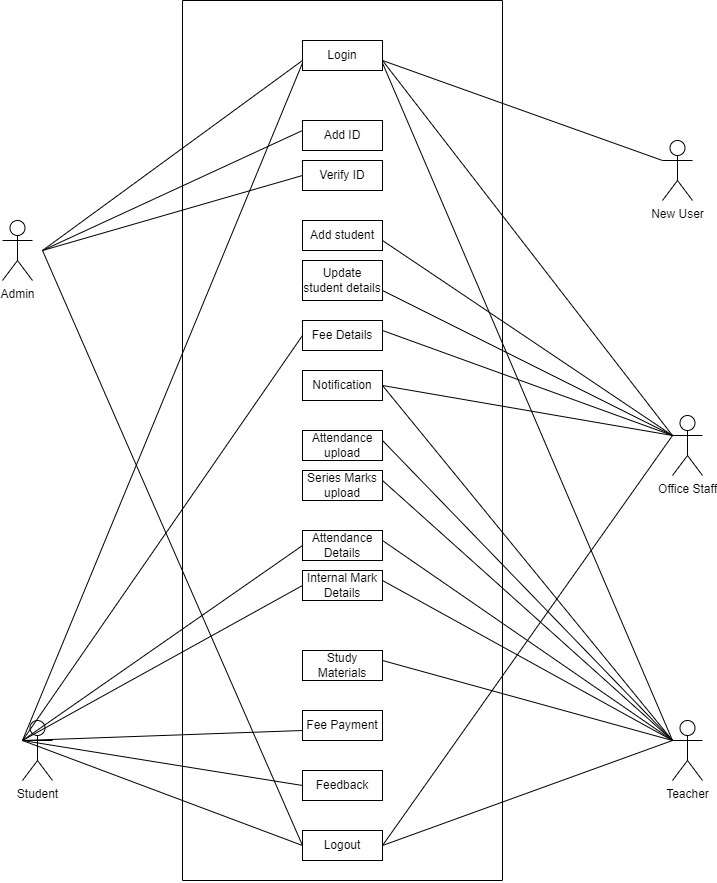
Above: UML/usecase.png in Vrishab11/MiniProject (draw.io), before the change. Source tidied: cells renumbered, new cells last; positions are measured from the earlier drawing's top-left corner, leaving out a move shared by most shapes.
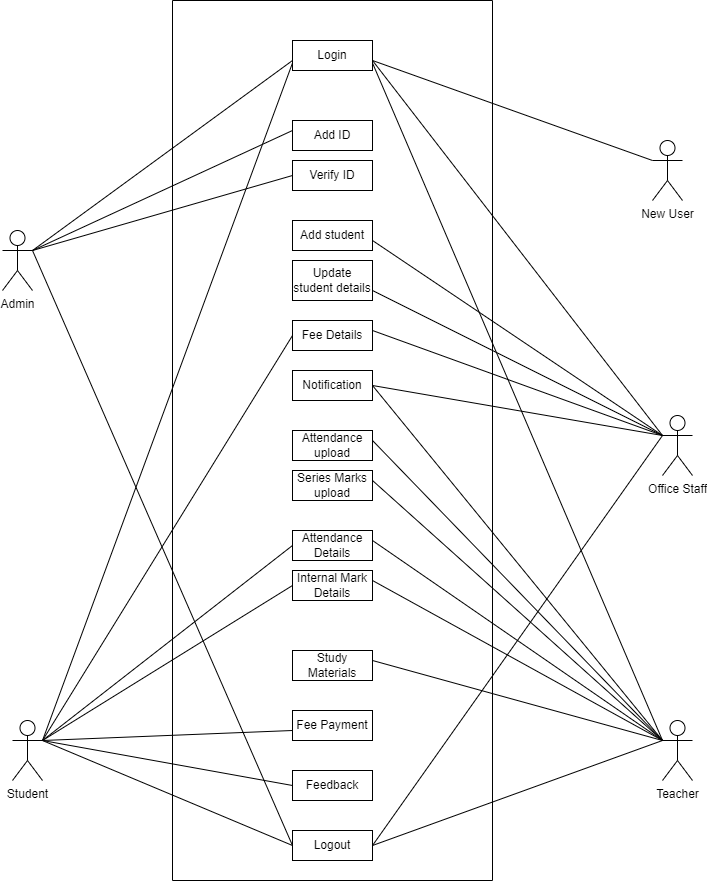
The same diagram one commit later.

Diff of the diagram source:
```diff
@@ -3,7 +3,7 @@
     <mxCell id="0" />
     <mxCell id="1" parent="0" />
     <mxCell id="2" value="Admin" style="shape=umlActor;verticalLabelPosition=bottom;verticalAlign=top;html=1;" parent="1" vertex="1">
-      <mxGeometry y="220" width="30" height="60" as="geometry" />
+      <mxGeometry x="10" y="230" width="30" height="60" as="geometry" />
     </mxCell>
     <mxCell id="3" value="Office Staff" style="shape=umlActor;verticalLabelPosition=bottom;verticalAlign=top;html=1;outlineConnect=0;" parent="1" vertex="1">
       <mxGeometry x="670" y="415" width="30" height="60" as="geometry" />
@@ -149,19 +149,19 @@
         <mxPoint x="380" y="540" as="sourcePoint" />
       </mxGeometry>
     </mxCell>
-    <mxCell id="38" style="endArrow=none;html=1;rounded=0;entryX=0;entryY=0.75;entryDx=0;entryDy=0;exitX=0;exitY=0.3333333333333333;exitDx=0;exitDy=0;exitPerimeter=0;" parent="1" edge="1" source="5" target="6">
+    <mxCell id="38" style="endArrow=none;html=1;rounded=0;entryX=0;entryY=0.75;entryDx=0;entryDy=0;exitX=1;exitY=0.3333333333333333;exitDx=0;exitDy=0;exitPerimeter=0;" parent="1" edge="1" source="5" target="6">
       <mxGeometry relative="1" as="geometry" />
     </mxCell>
-    <mxCell id="39" style="endArrow=none;html=1;rounded=0;entryX=0;entryY=0.5;entryDx=0;entryDy=0;exitX=0;exitY=0.3333333333333333;exitDx=0;exitDy=0;exitPerimeter=0;" parent="1" edge="1" source="5" target="15">
+    <mxCell id="39" style="endArrow=none;html=1;rounded=0;entryX=0;entryY=0.5;entryDx=0;entryDy=0;exitX=1;exitY=0.3333333333333333;exitDx=0;exitDy=0;exitPerimeter=0;" parent="1" edge="1" source="5" target="15">
       <mxGeometry relative="1" as="geometry" />
     </mxCell>
     <mxCell id="40" style="endArrow=none;html=1;rounded=0;entryX=1;entryY=0.5;entryDx=0;entryDy=0;exitX=0;exitY=0.3333333333333333;exitDx=0;exitDy=0;exitPerimeter=0;" parent="1" edge="1" source="4" target="15">
       <mxGeometry relative="1" as="geometry" />
     </mxCell>
-    <mxCell id="41" style="endArrow=none;html=1;rounded=0;entryX=0;entryY=0.3333333333333333;entryDx=0;entryDy=0;entryPerimeter=0;exitX=0;exitY=0.5;exitDx=0;exitDy=0;" parent="1" edge="1" source="11" target="5">
+    <mxCell id="41" style="endArrow=none;html=1;rounded=0;entryX=1;entryY=0.3333333333333333;entryDx=0;entryDy=0;entryPerimeter=0;exitX=0;exitY=0.5;exitDx=0;exitDy=0;" parent="1" edge="1" source="11" target="5">
       <mxGeometry relative="1" as="geometry" />
     </mxCell>
-    <mxCell id="42" style="endArrow=none;html=1;rounded=0;entryX=0;entryY=0.3333333333333333;entryDx=0;entryDy=0;entryPerimeter=0;exitX=0;exitY=0.5;exitDx=0;exitDy=0;" parent="1" edge="1" source="12" target="5">
+    <mxCell id="42" style="endArrow=none;html=1;rounded=0;entryX=1;entryY=0.3333333333333333;entryDx=0;entryDy=0;entryPerimeter=0;exitX=0;exitY=0.5;exitDx=0;exitDy=0;" parent="1" edge="1" source="12" target="5">
       <mxGeometry relative="1" as="geometry" />
     </mxCell>
     <mxCell id="43" style="endArrow=none;html=1;rounded=0;entryX=1;entryY=0.5;entryDx=0;entryDy=0;exitX=0;exitY=0.3333333333333333;exitDx=0;exitDy=0;exitPerimeter=0;" parent="1" edge="1" source="4" target="8">
@@ -175,16 +175,21 @@
         <mxPoint x="380" y="60" as="sourcePoint" />
       </mxGeometry>
     </mxCell>
-    <mxCell id="46" style="endArrow=none;html=1;rounded=0;entryX=0;entryY=0.3333333333333333;entryDx=0;entryDy=0;entryPerimeter=0;" parent="1" edge="1" target="5">
+    <mxCell id="46" style="endArrow=none;html=1;rounded=0;" parent="1" edge="1">
       <mxGeometry relative="1" as="geometry">
         <mxPoint x="300" y="730" as="sourcePoint" />
+        <mxPoint x="50" y="740" as="targetPoint" />
       </mxGeometry>
     </mxCell>
-    <mxCell id="47" style="endArrow=none;html=1;rounded=0;entryX=0;entryY=0.3333333333333333;entryDx=0;entryDy=0;entryPerimeter=0;exitX=0;exitY=0.5;exitDx=0;exitDy=0;" parent="1" edge="1" source="14" target="5">
-      <mxGeometry relative="1" as="geometry" />
+    <mxCell id="47" style="endArrow=none;html=1;rounded=0;exitX=0;exitY=0.5;exitDx=0;exitDy=0;" parent="1" edge="1" source="14">
+      <mxGeometry relative="1" as="geometry">
+        <mxPoint x="50" y="740" as="targetPoint" />
+      </mxGeometry>
     </mxCell>
-    <mxCell id="48" style="endArrow=none;html=1;rounded=0;entryX=0;entryY=0.3333333333333333;entryDx=0;entryDy=0;entryPerimeter=0;exitX=0;exitY=0.5;exitDx=0;exitDy=0;" parent="1" edge="1" source="9" target="5">
-      <mxGeometry relative="1" as="geometry" />
+    <mxCell id="48" style="endArrow=none;html=1;rounded=0;exitX=0;exitY=0.5;exitDx=0;exitDy=0;" parent="1" edge="1" source="9">
+      <mxGeometry relative="1" as="geometry">
+        <mxPoint x="50" y="740" as="targetPoint" />
+      </mxGeometry>
     </mxCell>
   </root>
 </mxGraphModel>
```
